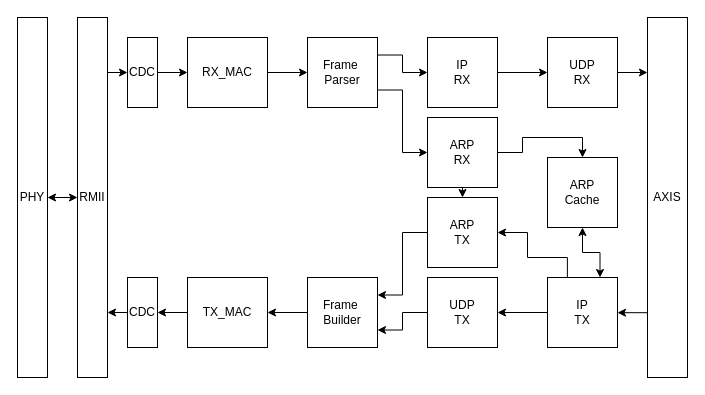
This is doc/ethernet.drawio from nquintana7/nekSoC-ethernet, a draw.io file, before an edit. Source tidied: cells renumbered, new cells numbered last; positions are measured from the earlier drawing's top-left corner, leaving out a move shared by most shapes. Both pictures are drawn from the tidied source at 100%, with x=0, y=0 at pixel (17, 17).
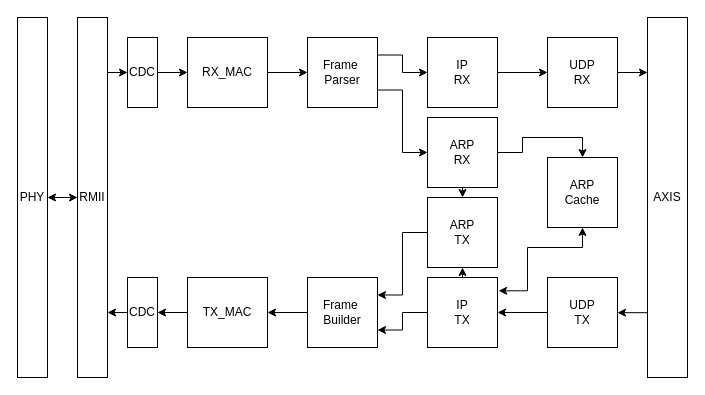
After the change.

The change refers to these unchanged cells:
```xml
<mxCell id="11" value="&lt;div&gt;ARP&lt;/div&gt;&lt;div&gt;Cache&lt;/div&gt;" style="whiteSpace=wrap;html=1;" parent="1" vertex="1">
  <mxGeometry x="530" y="140" width="70" height="70" as="geometry" />
</mxCell>
<mxCell id="14" value="&lt;div&gt;ARP&lt;/div&gt;&lt;div&gt;TX&lt;/div&gt;" style="whiteSpace=wrap;html=1;" parent="1" vertex="1">
  <mxGeometry x="410" y="180" width="70" height="70" as="geometry" />
</mxCell>
```

Change to the diagram source:
```diff
@@
-    <mxCell id="13" style="edgeStyle=orthogonalEdgeStyle;rounded=0;jettySize=auto;html=1;exitX=1;exitY=0.5;exitDx=0;exitDy=0;entryX=0.284;entryY=0.005;entryDx=0;entryDy=0;startArrow=classic;startFill=1;endArrow=none;endFill=0;entryPerimeter=0;" parent="1" edge="1" source="14" target="33">
-      <mxGeometry relative="1" as="geometry">
-        <Array as="points">
-          <mxPoint x="510" y="215" />
-          <mxPoint x="510" y="240" />
-          <mxPoint x="550" y="240" />
-          <mxPoint x="550" y="260" />
-        </Array>
-      </mxGeometry>
-    </mxCell>
@@
+    <mxCell id="37" style="edgeStyle=orthogonalEdgeStyle;rounded=0;jettySize=auto;html=1;exitX=0.5;exitY=0;exitDx=0;exitDy=0;entryX=0.5;entryY=1;entryDx=0;entryDy=0;" parent="1" edge="1" source="19" target="14">
+      <mxGeometry relative="1" as="geometry" />
+    </mxCell>
-    <mxCell id="19" value="&lt;div&gt;UDP&lt;/div&gt;&lt;div&gt;TX&lt;/div&gt;" style="whiteSpace=wrap;html=1;" parent="1" vertex="1">
+    <mxCell id="19" value="&lt;div&gt;IP&lt;/div&gt;&lt;div&gt;TX&lt;/div&gt;" style="whiteSpace=wrap;html=1;" parent="1" vertex="1">
       <mxGeometry x="410" y="260" width="70" height="70" as="geometry" />
     </mxCell>
@@
-    <mxCell id="32" style="edgeStyle=orthogonalEdgeStyle;rounded=0;jettySize=auto;html=1;exitX=0.75;exitY=0;exitDx=0;exitDy=0;entryX=0.5;entryY=1;entryDx=0;entryDy=0;startArrow=classic;startFill=1;" parent="1" edge="1" source="33" target="11">
-      <mxGeometry relative="1" as="geometry" />
+    <mxCell id="32" style="edgeStyle=orthogonalEdgeStyle;rounded=0;jettySize=auto;html=1;exitX=1.016;exitY=0.19;exitDx=0;exitDy=0;entryX=0.5;entryY=1;entryDx=0;entryDy=0;startArrow=classic;startFill=1;exitPerimeter=0;" parent="1" edge="1" source="19" target="11">
+      <mxGeometry relative="1" as="geometry">
+        <Array as="points">
+          <mxPoint x="510" y="273" />
+          <mxPoint x="510" y="230" />
+          <mxPoint x="565" y="230" />
+        </Array>
+      </mxGeometry>
     </mxCell>
-    <mxCell id="33" value="&lt;div&gt;IP&lt;/div&gt;&lt;div&gt;TX&lt;/div&gt;" style="whiteSpace=wrap;html=1;" parent="1" vertex="1">
+    <mxCell id="33" value="&lt;div&gt;UDP&lt;/div&gt;&lt;div&gt;TX&lt;/div&gt;" style="whiteSpace=wrap;html=1;" parent="1" vertex="1">
       <mxGeometry x="530" y="260" width="70" height="70" as="geometry" />
     </mxCell>
```
